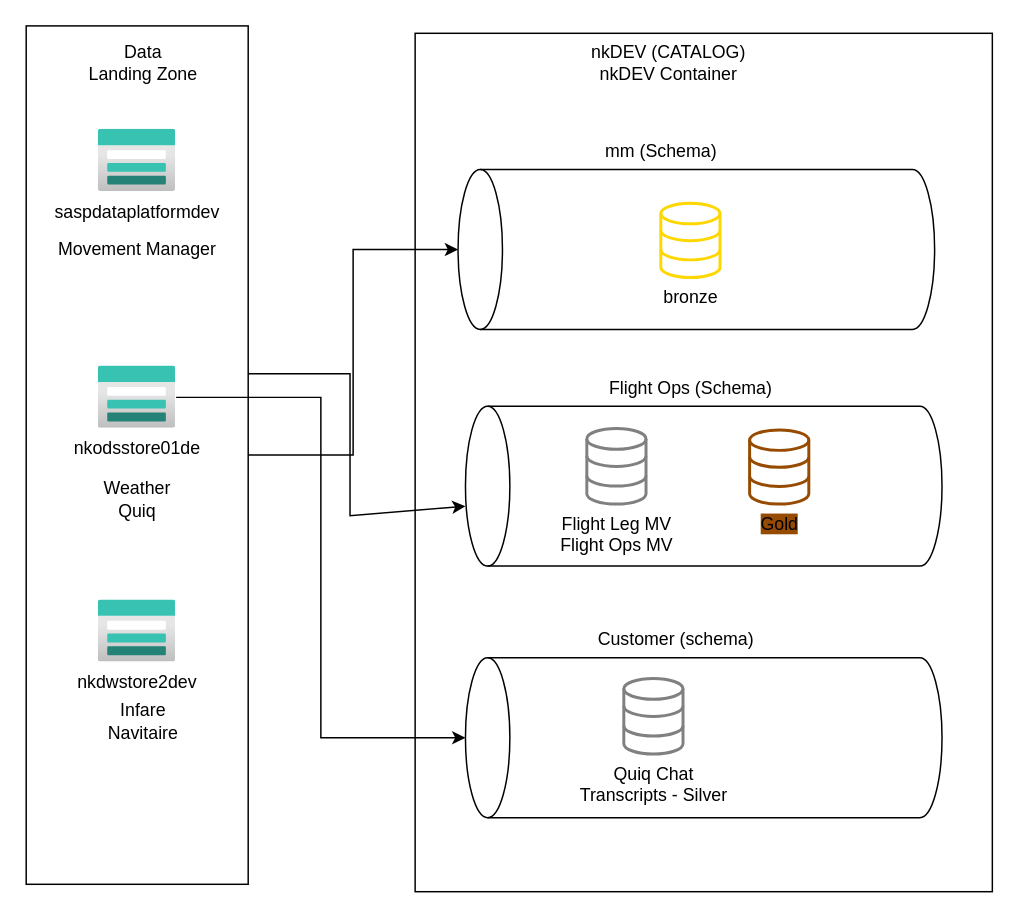
nkuppili/nkuppili keeps this draw.io diagram as UnityCatalog.drawio. Above is the earlier version. Source tidied: cells renumbered, new cells numbered last; positions are measured from the earlier drawing's top-left corner, leaving out a move shared by most shapes. Both pictures are drawn from the tidied source at 148%, with x=0, y=0 at pixel (25, 10).
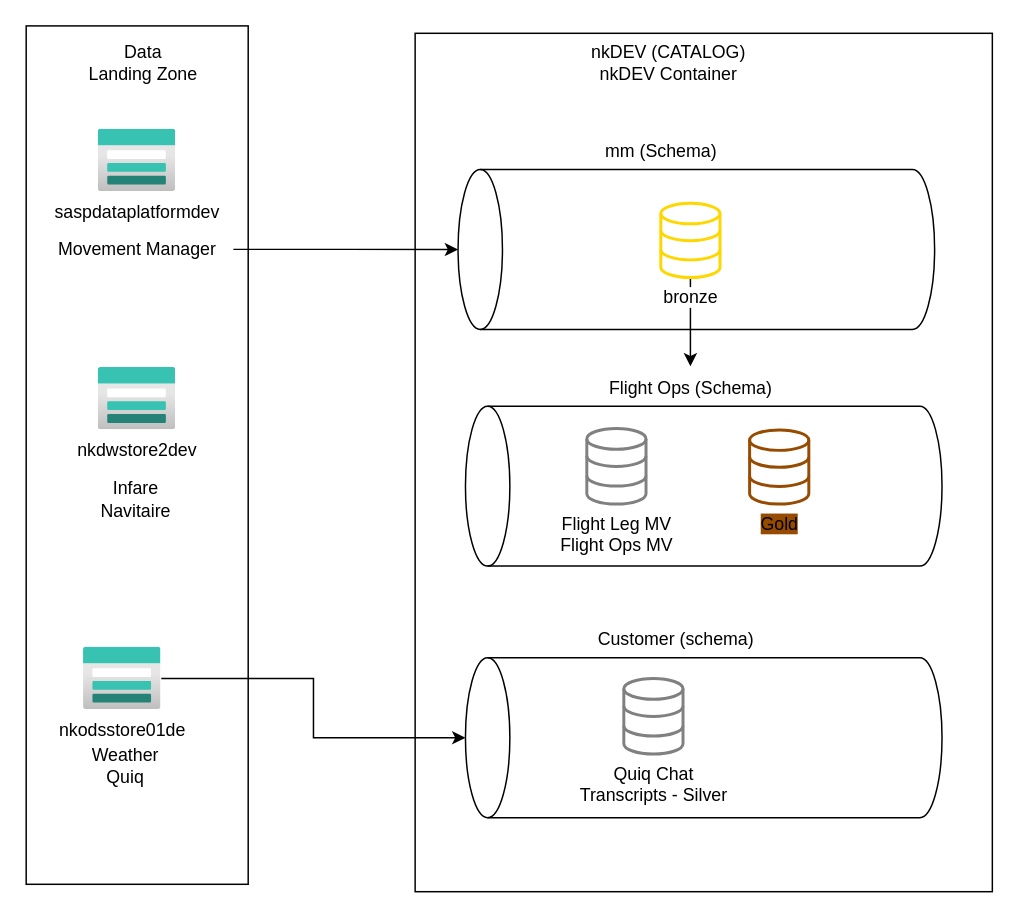
Above is the later version.

Unchanged cells that the change refers to:
```xml
<mxCell id="3" style="shape=cylinder3;whiteSpace=wrap;html=1;boundedLbl=1;backgroundOutline=1;size=15;rotation=-90;" parent="1" vertex="1">
  <mxGeometry x="399" y="0.1" width="108" height="322" as="geometry" />
</mxCell>
<mxCell id="5" style="whiteSpace=wrap;html=1;" parent="1" vertex="1">
  <mxGeometry x="0.2" y="10" width="150" height="580" as="geometry" />
</mxCell>
<mxCell id="6" value="bronze" style="html=1;verticalLabelPosition=bottom;align=center;labelBackgroundColor=#ffffff;verticalAlign=top;strokeWidth=2;strokeColor=#FFD700;shadow=0;dashed=0;shape=mxgraph.ios7.icons.data;" parent="1" vertex="1">
  <mxGeometry x="429" y="129.9" width="40" height="50.1" as="geometry" />
</mxCell>
<mxCell id="13" value="Movement Manager" style="text;html=1;align=center;verticalAlign=middle;points=[];strokeColor=none;fillColor=none;" parent="1" vertex="1">
  <mxGeometry x="10.2" y="146" width="130" height="30" as="geometry" />
</mxCell>
<mxCell id="14" style="shape=cylinder3;whiteSpace=wrap;html=1;boundedLbl=1;backgroundOutline=1;size=15;rotation=-90;" parent="1" vertex="1">
  <mxGeometry x="404" y="160" width="108" height="322" as="geometry" />
</mxCell>
```

The edit, as a diff of the source:
```diff
@@
-    <mxCell id="4" style="edgeStyle=orthogonalEdgeStyle;rounded=0;jettySize=auto;html=1;" parent="1" edge="1" source="5" target="14">
-      <mxGeometry relative="1" as="geometry">
-        <Array as="points">
-          <mxPoint x="219" y="245" />
-          <mxPoint x="219" y="341" />
-        </Array>
-      </mxGeometry>
-    </mxCell>
@@
+    <mxCell id="25" style="edgeStyle=orthogonalEdgeStyle;rounded=0;jettySize=auto;html=1;" parent="1" edge="1" source="6" target="19">
+      <mxGeometry relative="1" as="geometry" />
+    </mxCell>
@@
     <mxCell id="7" value="nkdwstore2dev" style="image;html=1;align=center;fontSize=12;image=img/lib/azure2/storage/Storage_Accounts.svg;" parent="1" vertex="1">
-      <mxGeometry x="49" y="398" width="52.5" height="42" as="geometry" />
+      <mxGeometry x="49" y="241" width="52.5" height="42" as="geometry" />
     </mxCell>
@@
     <mxCell id="9" value="nkodsstore01de" style="image;html=1;points=[];align=center;fontSize=12;image=img/lib/azure2/storage/Storage_Accounts.svg;" parent="1" vertex="1">
-      <mxGeometry x="49" y="240" width="52.5" height="42" as="geometry" />
+      <mxGeometry x="39" y="430" width="52.5" height="42" as="geometry" />
     </mxCell>
     <mxCell id="10" value="Weather&lt;br&gt;Quiq" style="text;html=1;align=center;verticalAlign=middle;strokeColor=none;fillColor=none;" parent="1" vertex="1">
-      <mxGeometry x="40.2" y="310" width="70" height="40" as="geometry" />
+      <mxGeometry x="31.5" y="490" width="70" height="40" as="geometry" />
     </mxCell>
     <mxCell id="11" value="Infare&lt;br&gt;Navitaire&lt;br&gt;" style="text;html=1;align=center;verticalAlign=middle;strokeColor=none;fillColor=none;" parent="1" vertex="1">
-      <mxGeometry x="44" y="460" width="70" height="40" as="geometry" />
+      <mxGeometry x="39" y="310" width="70" height="40" as="geometry" />
     </mxCell>
-    <mxCell id="12" style="edgeStyle=orthogonalEdgeStyle;rounded=0;jettySize=auto;html=1;exitX=1;exitY=0.5;exitDx=0;exitDy=0;" parent="1" edge="1" source="5" target="3">
+    <mxCell id="12" style="edgeStyle=orthogonalEdgeStyle;rounded=0;jettySize=auto;html=1;" parent="1" edge="1" source="13" target="3">
       <mxGeometry relative="1" as="geometry" />
     </mxCell>
@@
-    <mxCell id="19" value="Flight Ops (Schema)" style="text;html=1;align=center;verticalAlign=middle;points=[];strokeColor=none;fillColor=none;" parent="1" vertex="1">
-      <mxGeometry x="384" y="240" width="130" height="30" as="geometry" />
-    </mxCell>
@@
+    <mxCell id="19" value="Flight Ops (Schema)" style="text;html=1;align=center;verticalAlign=middle;points=[];strokeColor=none;fillColor=none;" parent="1" vertex="1">
+      <mxGeometry x="384" y="240" width="130" height="30" as="geometry" />
+    </mxCell>
```
